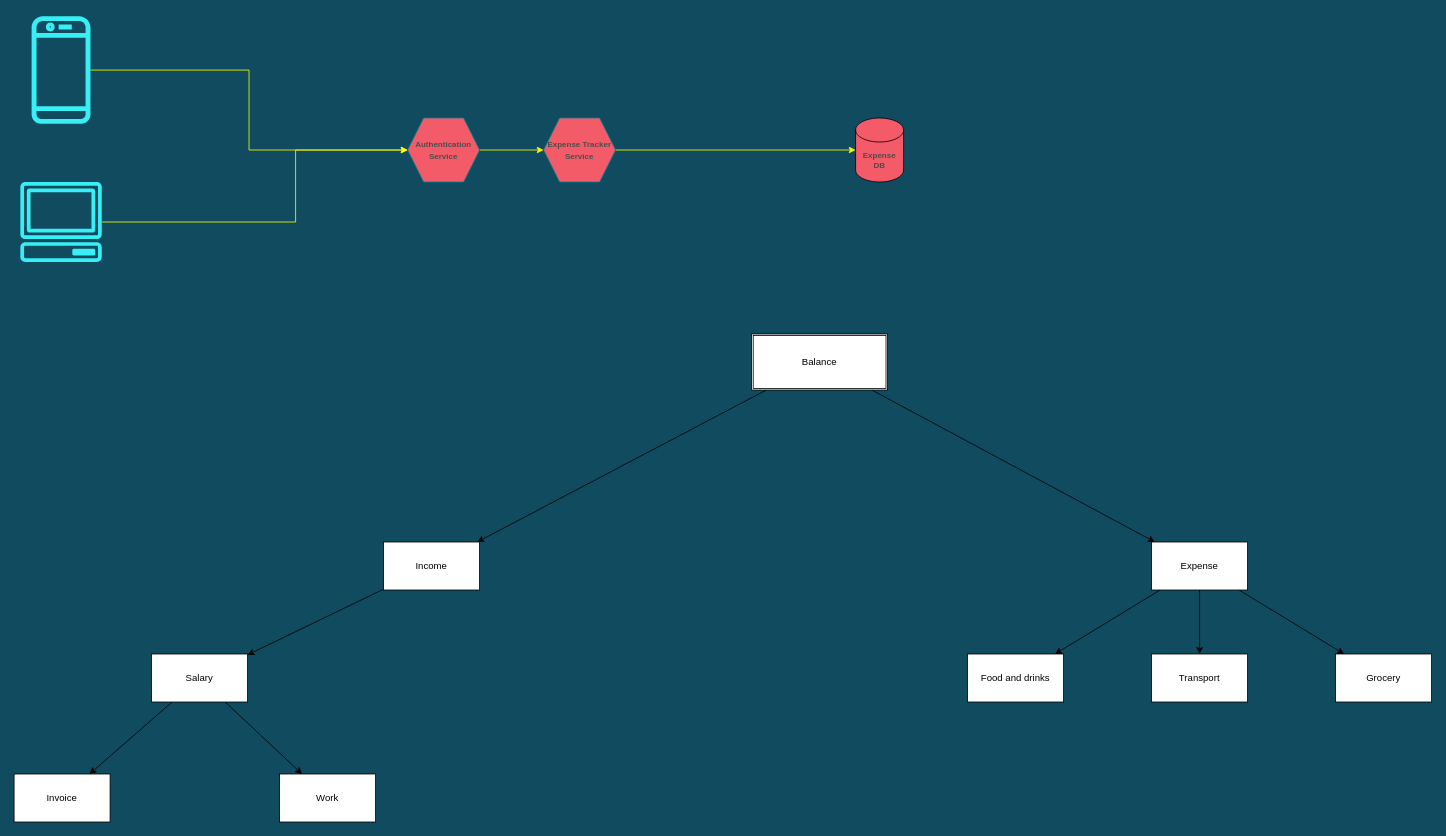
Above: Architecture.drawio in kanaan-dvlps/Expense_Tracker (draw.io), before the change. Source tidied: cells renumbered, new cells numbered last; positions are measured from the earlier drawing's top-left corner, leaving out a move shared by most shapes. Both pictures are drawn from the tidied source at 80%, with x=0, y=0 at pixel (14, 14).
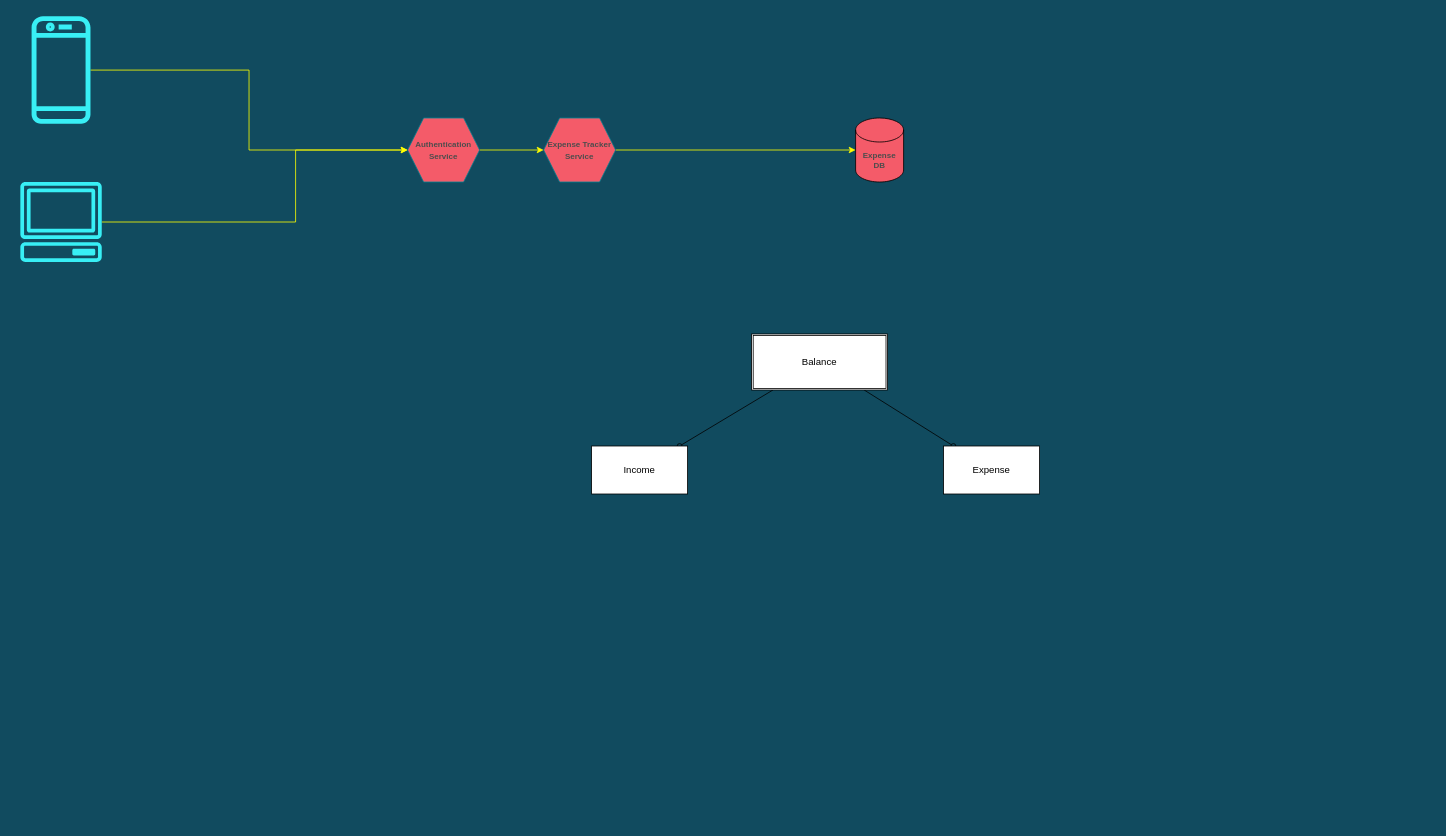
The same page after the edit.

The change refers to these unchanged cells:
```xml
<mxCell id="13" value="Balance" style="shape=ext;double=1;rounded=0;whiteSpace=wrap;html=1;" parent="1" vertex="1">
  <mxGeometry x="922" y="400" width="170" height="70" as="geometry" />
</mxCell>
```

Diff of the diagram source:
```diff
@@
-    <mxCell id="11" style="edgeStyle=none;html=1;" parent="1" edge="1" source="13" target="15">
+    <mxCell id="11" style="html=1;endArrow=oval;endFill=0;" parent="1" edge="1" source="13" target="15">
       <mxGeometry relative="1" as="geometry" />
     </mxCell>
-    <mxCell id="12" style="edgeStyle=none;html=1;" parent="1" edge="1" source="13" target="19">
+    <mxCell id="12" style="edgeStyle=none;html=1;endArrow=oval;endFill=0;" parent="1" edge="1" source="13" target="19">
       <mxGeometry relative="1" as="geometry" />
     </mxCell>
@@
-    <mxCell id="14" style="edgeStyle=none;html=1;" parent="1" edge="1" source="15" target="22">
-      <mxGeometry relative="1" as="geometry" />
-    </mxCell>
     <mxCell id="15" value="Income" style="whiteSpace=wrap;html=1;rounded=0;" parent="1" vertex="1">
-      <mxGeometry x="462" y="660" width="120" height="60" as="geometry" />
+      <mxGeometry x="722" y="540" width="120" height="60" as="geometry" />
     </mxCell>
-    <mxCell id="16" style="edgeStyle=none;html=1;" parent="1" edge="1" source="19" target="25">
-      <mxGeometry relative="1" as="geometry" />
-    </mxCell>
-    <mxCell id="17" style="edgeStyle=none;html=1;" parent="1" edge="1" source="19" target="26">
-      <mxGeometry relative="1" as="geometry" />
-    </mxCell>
-    <mxCell id="18" style="edgeStyle=none;html=1;" parent="1" edge="1" source="19" target="27">
-      <mxGeometry relative="1" as="geometry" />
-    </mxCell>
     <mxCell id="19" value="Expense" style="whiteSpace=wrap;html=1;rounded=0;" parent="1" vertex="1">
-      <mxGeometry x="1422" y="660" width="120" height="60" as="geometry" />
+      <mxGeometry x="1162" y="540" width="120" height="60" as="geometry" />
     </mxCell>
-    <mxCell id="20" style="edgeStyle=none;html=1;" parent="1" edge="1" source="22" target="23">
-      <mxGeometry relative="1" as="geometry" />
-    </mxCell>
-    <mxCell id="21" style="edgeStyle=none;html=1;" parent="1" edge="1" source="22" target="24">
-      <mxGeometry relative="1" as="geometry" />
-    </mxCell>
-    <mxCell id="22" value="Salary" style="whiteSpace=wrap;html=1;rounded=0;" parent="1" vertex="1">
-      <mxGeometry x="172" y="800" width="120" height="60" as="geometry" />
-    </mxCell>
-    <mxCell id="23" value="Invoice" style="whiteSpace=wrap;html=1;rounded=0;" parent="1" vertex="1">
-      <mxGeometry x="0.1" y="950" width="120" height="60" as="geometry" />
-    </mxCell>
-    <mxCell id="24" value="Work" style="whiteSpace=wrap;html=1;rounded=0;" parent="1" vertex="1">
-      <mxGeometry x="332" y="950" width="120" height="60" as="geometry" />
-    </mxCell>
-    <mxCell id="25" value="Food and drinks" style="whiteSpace=wrap;html=1;rounded=0;" parent="1" vertex="1">
-      <mxGeometry x="1192" y="800" width="120" height="60" as="geometry" />
-    </mxCell>
-    <mxCell id="26" value="Transport" style="whiteSpace=wrap;html=1;rounded=0;" parent="1" vertex="1">
-      <mxGeometry x="1422" y="800" width="120" height="60" as="geometry" />
-    </mxCell>
-    <mxCell id="27" value="Grocery" style="whiteSpace=wrap;html=1;rounded=0;" parent="1" vertex="1">
-      <mxGeometry x="1652" y="800" width="120" height="60" as="geometry" />
-    </mxCell>
```
